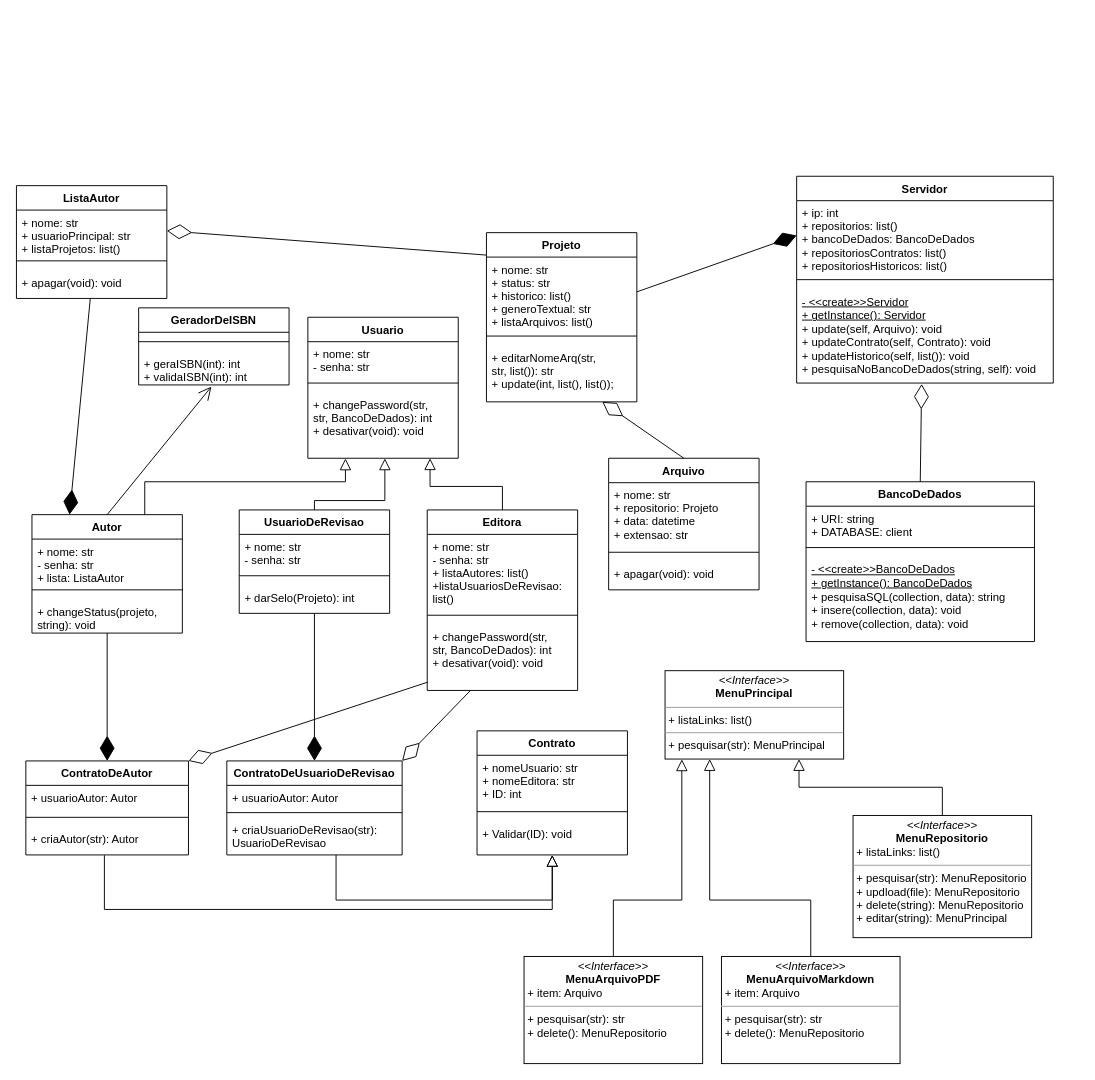
Earlier version of the draw.io diagram Diagrama de Classes.drawio (bruniculos08/PPR0001). Source tidied: cells renumbered, new cells numbered last; positions are measured from the earlier drawing's top-left corner, leaving out a move shared by most shapes. Both pictures are drawn from the tidied source at 94%, with x=0, y=0 at pixel (16, 176).
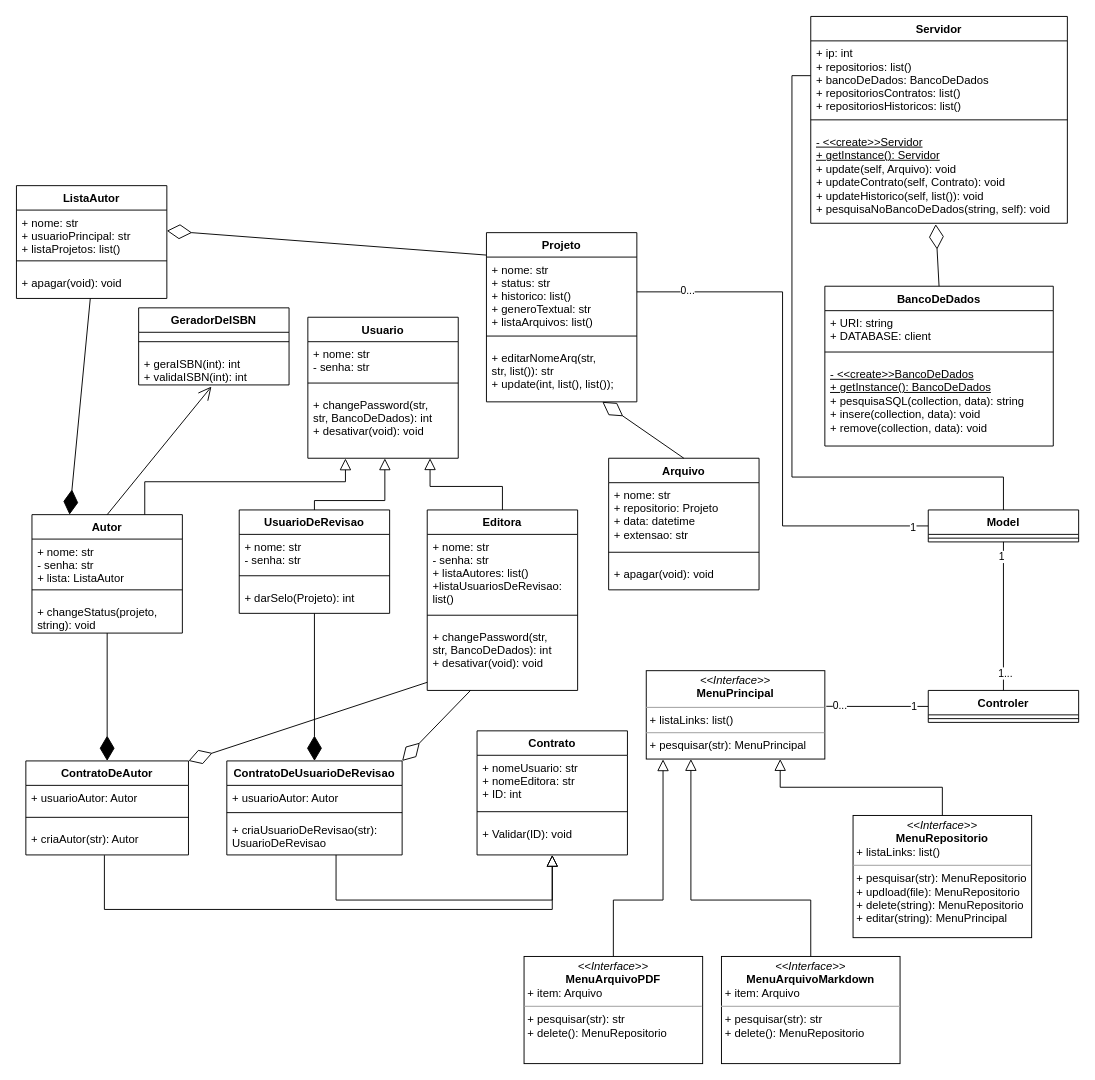
After the change.

The change refers to these unchanged cells:
```xml
<mxCell id="17" value="+ nome: str&#10;+ status: str&#10;+ historico: list()&#10;+ generoTextual: str&#10;+ listaArquivos: list()&#10;" style="text;strokeColor=none;fillColor=none;align=left;verticalAlign=top;spacingLeft=4;spacingRight=4;overflow=hidden;points=[[0,0.5],[1,0.5]];portConstraint=eastwest;" parent="16" vertex="1">
  <mxGeometry y="26" width="160" height="74" as="geometry" />
</mxCell>
<mxCell id="55" value="+ ip: int&#10;+ repositorios: list()&#10;+ bancoDeDados: BancoDeDados&#10;+ repositoriosContratos: list()&#10;+ repositoriosHistoricos: list()" style="text;strokeColor=none;fillColor=none;align=left;verticalAlign=top;spacingLeft=4;spacingRight=4;overflow=hidden;points=[[0,0.5],[1,0.5]];portConstraint=eastwest;" parent="54" vertex="1">
  <mxGeometry y="26" width="273" height="74" as="geometry" />
</mxCell>
```

Diff of the diagram source:
```diff
@@
     <mxCell id="54" value="Servidor" style="swimlane;fontStyle=1;align=center;verticalAlign=top;horizontal=1;startSize=26;" parent="1" vertex="1">
-      <mxGeometry x="830" width="273" height="220" as="geometry" />
+      <mxGeometry x="845" y="-170" width="273" height="220" as="geometry" />
     </mxCell>
@@
-    <mxCell id="58" style="endArrow=diamondThin;endFill=1;endSize=24;html=1;rounded=0;exitX=1;exitY=0.5;exitDx=0;exitDy=0;entryX=0;entryY=0.5;entryDx=0;entryDy=0;" parent="1" edge="1" source="17" target="55">
-      <mxGeometry relative="1" as="geometry" />
-    </mxCell>
     <mxCell id="59" value="BancoDeDados" style="swimlane;fontStyle=1;align=center;verticalAlign=top;horizontal=1;startSize=26;" parent="1" vertex="1">
-      <mxGeometry x="840" y="325" width="243" height="170" as="geometry" />
+      <mxGeometry x="860" y="117" width="243" height="170" as="geometry" />
     </mxCell>
@@
     <mxCell id="68" value="&lt;p style=&quot;margin: 0px ; margin-top: 4px ; text-align: center&quot;&gt;&lt;i&gt;&amp;lt;&amp;lt;Interface&amp;gt;&amp;gt;&lt;/i&gt;&lt;br&gt;&lt;b&gt;MenuPrincipal&lt;/b&gt;&lt;/p&gt;&lt;hr size=&quot;1&quot;&gt;&lt;p style=&quot;margin: 0px ; margin-left: 4px&quot;&gt;+ listaLinks: list()&lt;/p&gt;&lt;hr size=&quot;1&quot;&gt;&lt;p style=&quot;margin: 0px ; margin-left: 4px&quot;&gt;+ pesquisar(str): MenuPrincipal&lt;/p&gt;&lt;p style=&quot;margin: 0px ; margin-left: 4px&quot;&gt;&lt;br&gt;&lt;br&gt;&lt;/p&gt;" style="verticalAlign=top;align=left;overflow=fill;fontSize=12;fontFamily=Helvetica;html=1;" parent="1" vertex="1">
-      <mxGeometry x="690" y="526" width="190" height="94" as="geometry" />
+      <mxGeometry x="670" y="526" width="190" height="94" as="geometry" />
     </mxCell>
@@
+    <mxCell id="75" style="edgeStyle=orthogonalEdgeStyle;rounded=0;jettySize=auto;html=1;exitX=0;exitY=0.5;exitDx=0;exitDy=0;entryX=1.008;entryY=0.403;entryDx=0;entryDy=0;entryPerimeter=0;endArrow=none;endFill=0;" parent="1" edge="1" source="81" target="68">
+      <mxGeometry relative="1" as="geometry">
+        <Array as="points">
+          <mxPoint x="880" y="564" />
+          <mxPoint x="880" y="564" />
+        </Array>
+      </mxGeometry>
+    </mxCell>
+    <mxCell id="76" value="0..." style="edgeLabel;html=1;align=center;verticalAlign=middle;" parent="75" vertex="1">
+      <mxGeometry x="0.75" y="-1" relative="1" as="geometry" />
+    </mxCell>
+    <mxCell id="77" value="1" style="edgeLabel;html=1;align=center;verticalAlign=middle;" parent="75" vertex="1">
+      <mxGeometry x="-0.7" y="-1" relative="1" as="geometry" />
+    </mxCell>
+    <mxCell id="78" style="edgeStyle=orthogonalEdgeStyle;rounded=0;jettySize=auto;html=1;exitX=0.5;exitY=0;exitDx=0;exitDy=0;entryX=0.5;entryY=1;entryDx=0;entryDy=0;endArrow=none;endFill=0;" parent="1" edge="1" source="81" target="87">
+      <mxGeometry relative="1" as="geometry" />
+    </mxCell>
+    <mxCell id="79" value="1" style="edgeLabel;html=1;align=center;verticalAlign=middle;" parent="78" vertex="1">
+      <mxGeometry x="0.81" y="3" relative="1" as="geometry" />
+    </mxCell>
+    <mxCell id="80" value="1..." style="edgeLabel;html=1;align=center;verticalAlign=middle;" parent="78" vertex="1">
+      <mxGeometry x="-0.76" y="-1" relative="1" as="geometry" />
+    </mxCell>
+    <mxCell id="81" value="Controler" style="swimlane;fontStyle=1;align=center;verticalAlign=top;horizontal=1;startSize=26;" parent="1" vertex="1">
+      <mxGeometry x="970" y="547" width="160" height="34" as="geometry" />
+    </mxCell>
+    <mxCell id="82" style="line;strokeWidth=1;fillColor=none;align=left;verticalAlign=middle;spacingTop=-1;spacingLeft=3;spacingRight=3;labelPosition=right;" parent="81" vertex="1">
+      <mxGeometry y="26" width="160" height="8" as="geometry" />
+    </mxCell>
+    <mxCell id="83" style="edgeStyle=orthogonalEdgeStyle;rounded=0;jettySize=auto;html=1;exitX=1;exitY=0.5;exitDx=0;exitDy=0;entryX=0;entryY=0.5;entryDx=0;entryDy=0;endArrow=none;endFill=0;" parent="1" edge="1" source="17" target="87">
+      <mxGeometry relative="1" as="geometry" />
+    </mxCell>
+    <mxCell id="84" value="0..." style="edgeLabel;html=1;align=center;verticalAlign=middle;" parent="83" vertex="1">
+      <mxGeometry x="-0.81" y="2" relative="1" as="geometry" />
+    </mxCell>
+    <mxCell id="85" value="1" style="edgeLabel;html=1;align=center;verticalAlign=middle;" parent="83" vertex="1">
+      <mxGeometry x="0.94" y="-1" relative="1" as="geometry" />
+    </mxCell>
+    <mxCell id="86" style="edgeStyle=orthogonalEdgeStyle;rounded=0;jettySize=auto;html=1;exitX=0.5;exitY=0;exitDx=0;exitDy=0;entryX=0;entryY=0.5;entryDx=0;entryDy=0;endArrow=none;endFill=0;" parent="1" edge="1" source="87" target="55">
+      <mxGeometry relative="1" as="geometry">
+        <Array as="points">
+          <mxPoint x="1050" y="320" />
+          <mxPoint x="825" y="320" />
+          <mxPoint x="825" y="-107" />
+        </Array>
+      </mxGeometry>
+    </mxCell>
+    <mxCell id="87" value="Model" style="swimlane;fontStyle=1;align=center;verticalAlign=top;horizontal=1;startSize=26;" parent="1" vertex="1">
+      <mxGeometry x="970" y="355" width="160" height="34" as="geometry" />
+    </mxCell>
+    <mxCell id="88" style="line;strokeWidth=1;fillColor=none;align=left;verticalAlign=middle;spacingTop=-1;spacingLeft=3;spacingRight=3;labelPosition=right;" parent="87" vertex="1">
+      <mxGeometry y="26" width="160" height="8" as="geometry" />
+    </mxCell>
```
